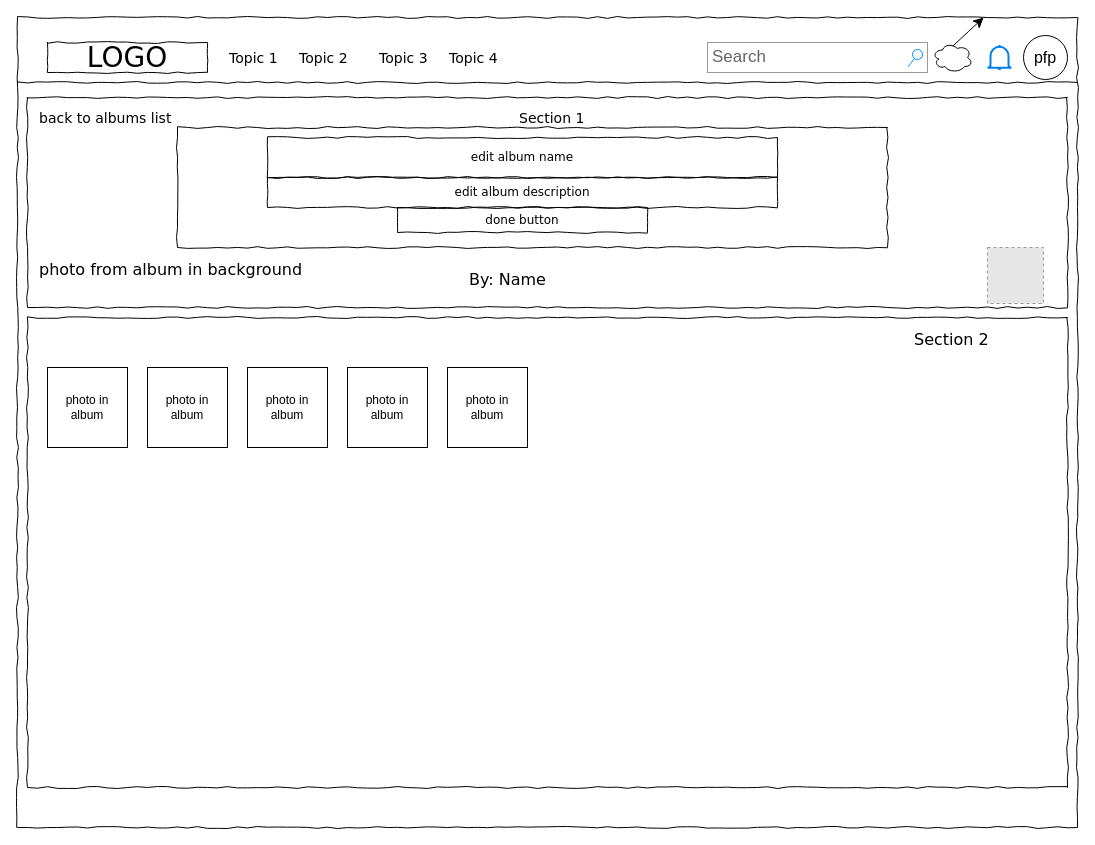
malcolmc22/Pickr-Project keeps this draw.io diagram as Copy of Untitled Diagram.drawio. Above is the earlier version. Source tidied: cells renumbered, new cells numbered last; positions are measured from the earlier drawing's top-left corner, leaving out a move shared by most shapes. Both pictures are drawn from the tidied source at 100%, with x=0, y=0 at pixel (17, 17). Pictures stored in the file or linked from it are replaced by grey dashed boxes.
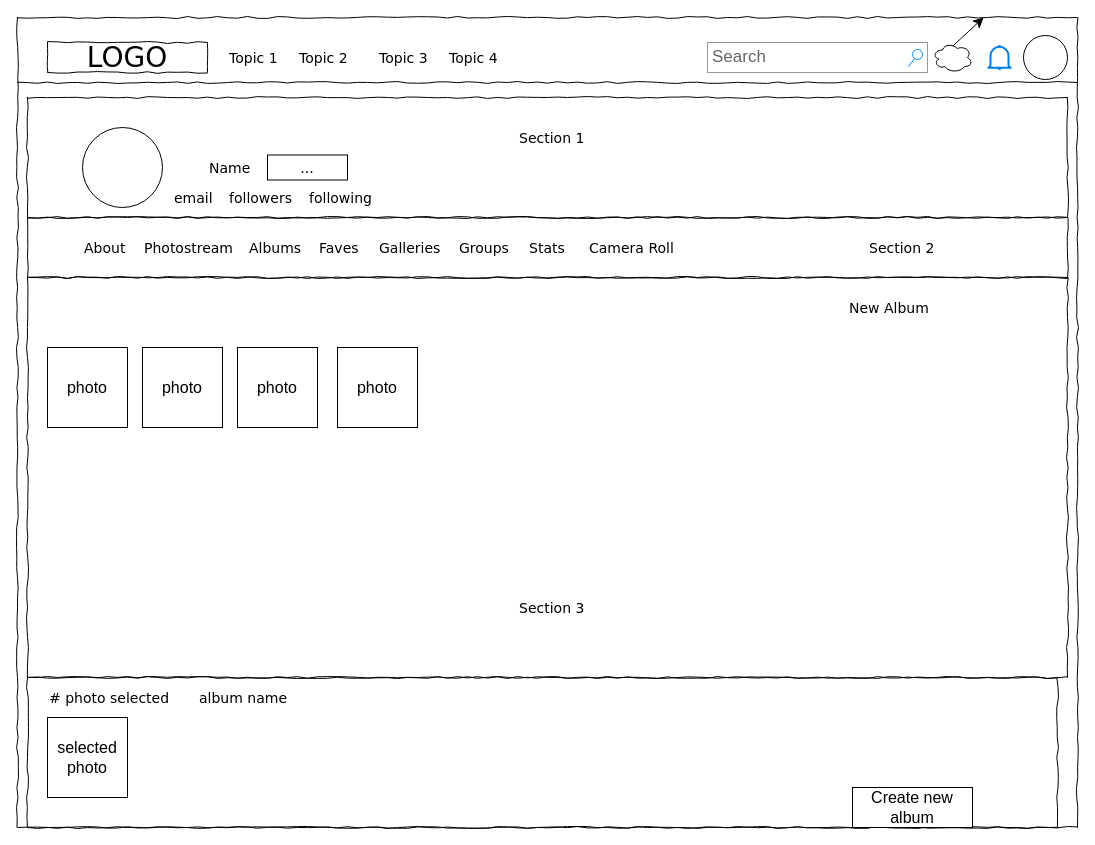
The same diagram, later.

Diff of the diagram source:
```diff
@@
     <mxCell id="10" style="whiteSpace=wrap;html=1;rounded=0;shadow=0;labelBackgroundColor=none;strokeWidth=1;fillColor=none;fontFamily=Verdana;fontSize=12;align=center;comic=1;" parent="1" vertex="1">
-      <mxGeometry x="10" y="80" width="1040" height="210" as="geometry" />
+      <mxGeometry x="10" y="80" width="1040" height="120" as="geometry" />
     </mxCell>
     <mxCell id="11" value="Section 1" style="text;html=1;align=left;verticalAlign=top;spacingTop=-4;fontSize=14;fontFamily=Verdana;" parent="1" vertex="1">
-      <mxGeometry x="500" y="90" width="60" height="20" as="geometry" />
+      <mxGeometry x="500" y="110" width="60" height="20" as="geometry" />
     </mxCell>
     <mxCell id="12" style="whiteSpace=wrap;html=1;rounded=0;shadow=0;labelBackgroundColor=none;strokeWidth=1;fillColor=none;fontFamily=Verdana;fontSize=12;align=center;comic=1;" parent="1" vertex="1">
-      <mxGeometry x="10" y="300" width="1040" height="470" as="geometry" />
+      <mxGeometry x="10" y="200" width="1040" height="60" as="geometry" />
     </mxCell>
+    <mxCell id="31" style="whiteSpace=wrap;html=1;rounded=0;shadow=0;labelBackgroundColor=none;strokeWidth=1;fillColor=none;fontFamily=Verdana;fontSize=12;align=center;comic=1;" parent="1" vertex="1">
+      <mxGeometry x="10" y="260" width="1040" height="400" as="geometry" />
+    </mxCell>
@@
-    <mxCell id="16" value="pfp" style="ellipse;whiteSpace=wrap;html=1;fontSize=16;" parent="1" vertex="1">
+    <mxCell id="16" style="ellipse;whiteSpace=wrap;html=1;fontSize=16;" parent="1" vertex="1">
       <mxGeometry x="1006" y="18" width="44" height="44" as="geometry" />
     </mxCell>
+    <mxCell id="32" value="Name&lt;br&gt;" style="text;html=1;align=left;verticalAlign=top;spacingTop=-4;fontSize=14;fontFamily=Verdana;" parent="1" vertex="1">
+      <mxGeometry x="190" y="140" width="110" height="20" as="geometry" />
+    </mxCell>
+    <mxCell id="33" value="email&lt;br&gt;" style="text;html=1;align=left;verticalAlign=top;spacingTop=-4;fontSize=14;fontFamily=Verdana;" parent="1" vertex="1">
+      <mxGeometry x="155" y="170" width="60" height="20" as="geometry" />
+    </mxCell>
-    <mxCell id="17" value="back to albums list" style="text;html=1;align=left;verticalAlign=top;spacingTop=-4;fontSize=14;fontFamily=Verdana;" parent="1" vertex="1">
-      <mxGeometry x="20" y="90" width="60" height="60" as="geometry" />
+    <mxCell id="17" value="following&lt;br&gt;" style="text;html=1;align=left;verticalAlign=top;spacingTop=-4;fontSize=14;fontFamily=Verdana;" parent="1" vertex="1">
+      <mxGeometry x="290" y="170" width="60" height="20" as="geometry" />
     </mxCell>
-    <mxCell id="18" value="photo from album in background" style="text;html=1;align=left;verticalAlign=top;spacingTop=-4;fontSize=16;fontFamily=Verdana;" parent="1" vertex="1">
-      <mxGeometry x="20" y="240" width="60" height="20" as="geometry" />
-    </mxCell>
-    <mxCell id="19" style="whiteSpace=wrap;html=1;rounded=0;shadow=0;labelBackgroundColor=none;strokeWidth=1;fillColor=none;fontFamily=Verdana;fontSize=12;align=center;comic=1;" parent="1" vertex="1">
-      <mxGeometry x="160" y="110" width="710" height="120" as="geometry" />
-    </mxCell>
-    <mxCell id="20" value="edit album name" style="whiteSpace=wrap;html=1;rounded=0;shadow=0;labelBackgroundColor=none;strokeWidth=1;fillColor=none;fontFamily=Verdana;fontSize=12;align=center;comic=1;" parent="1" vertex="1">
-      <mxGeometry x="250" y="120" width="510" height="40" as="geometry" />
-    </mxCell>
-    <mxCell id="21" value="edit album description" style="whiteSpace=wrap;html=1;rounded=0;shadow=0;labelBackgroundColor=none;strokeWidth=1;fillColor=none;fontFamily=Verdana;fontSize=12;align=center;comic=1;" parent="1" vertex="1">
-      <mxGeometry x="250" y="160" width="510" height="30" as="geometry" />
-    </mxCell>
-    <mxCell id="22" value="done button" style="whiteSpace=wrap;html=1;rounded=0;shadow=0;labelBackgroundColor=none;strokeWidth=1;fillColor=none;fontFamily=Verdana;fontSize=12;align=center;comic=1;" parent="1" vertex="1">
-      <mxGeometry x="380" y="190" width="250" height="25" as="geometry" />
-    </mxCell>
-    <mxCell id="23" value="By: Name&lt;br&gt;" style="text;html=1;align=left;verticalAlign=top;spacingTop=-4;fontSize=16;fontFamily=Verdana;" parent="1" vertex="1">
-      <mxGeometry x="450" y="250" width="60" height="20" as="geometry" />
-    </mxCell>
+    <mxCell id="34" value="followers" style="text;html=1;align=left;verticalAlign=top;spacingTop=-4;fontSize=14;fontFamily=Verdana;" parent="1" vertex="1">
+      <mxGeometry x="210" y="170" width="60" height="20" as="geometry" />
+    </mxCell>
+    <mxCell id="35" style="ellipse;whiteSpace=wrap;html=1;fontSize=16;" parent="1" vertex="1">
+      <mxGeometry x="65" y="110" width="80" height="80" as="geometry" />
+    </mxCell>
+    <mxCell id="36" value="..." style="rounded=0;whiteSpace=wrap;html=1;fontSize=16;" parent="1" vertex="1">
+      <mxGeometry x="250" y="137.5" width="80" height="25" as="geometry" />
+    </mxCell>
-    <mxCell id="24" value="Section 2" style="text;html=1;align=left;verticalAlign=top;spacingTop=-4;fontSize=16;fontFamily=Verdana;" parent="1" vertex="1">
-      <mxGeometry x="895" y="310" width="60" height="20" as="geometry" />
+    <mxCell id="24" value="Section 2" style="text;html=1;align=left;verticalAlign=top;spacingTop=-4;fontSize=14;fontFamily=Verdana;" parent="1" vertex="1">
+      <mxGeometry x="850" y="220" width="60" height="20" as="geometry" />
     </mxCell>
-    <mxCell id="25" value="photo in album" style="whiteSpace=wrap;html=1;" parent="1" vertex="1">
-      <mxGeometry x="30" y="350" width="80" height="80" as="geometry" />
-    </mxCell>
-    <mxCell id="26" value="photo in album" style="whiteSpace=wrap;html=1;" parent="1" vertex="1">
-      <mxGeometry x="130" y="350" width="80" height="80" as="geometry" />
-    </mxCell>
-    <mxCell id="27" value="photo in album" style="whiteSpace=wrap;html=1;" parent="1" vertex="1">
-      <mxGeometry x="230" y="350" width="80" height="80" as="geometry" />
-    </mxCell>
-    <mxCell id="28" value="photo in album" style="whiteSpace=wrap;html=1;" parent="1" vertex="1">
-      <mxGeometry x="330" y="350" width="80" height="80" as="geometry" />
-    </mxCell>
-    <mxCell id="29" value="photo in album" style="whiteSpace=wrap;html=1;" parent="1" vertex="1">
-      <mxGeometry x="430" y="350" width="80" height="80" as="geometry" />
-    </mxCell>
-    <mxCell id="30" style="fillColor=#E6E6E6;strokeColor=#999999;dashed=1;html=1;verticalAlign=top;verticalLabelPosition=bottom;labelBackgroundColor=#ffffff;" parent="1" vertex="1">
-      <mxGeometry x="970" y="230" width="56" height="56" as="geometry" />
-    </mxCell>
+    <mxCell id="37" value="Stats" style="text;html=1;align=left;verticalAlign=top;spacingTop=-4;fontSize=14;fontFamily=Verdana;" parent="1" vertex="1">
+      <mxGeometry x="510" y="220" width="60" height="20" as="geometry" />
+    </mxCell>
+    <mxCell id="38" value="Groups" style="text;html=1;align=left;verticalAlign=top;spacingTop=-4;fontSize=14;fontFamily=Verdana;" parent="1" vertex="1">
+      <mxGeometry x="440" y="220" width="60" height="20" as="geometry" />
+    </mxCell>
+    <mxCell id="39" value="Galleries" style="text;html=1;align=left;verticalAlign=top;spacingTop=-4;fontSize=14;fontFamily=Verdana;" parent="1" vertex="1">
+      <mxGeometry x="360" y="220" width="60" height="20" as="geometry" />
+    </mxCell>
+    <mxCell id="40" value="Faves" style="text;html=1;align=left;verticalAlign=top;spacingTop=-4;fontSize=14;fontFamily=Verdana;" parent="1" vertex="1">
+      <mxGeometry x="300" y="220" width="60" height="20" as="geometry" />
+    </mxCell>
+    <mxCell id="41" value="Albums" style="text;html=1;align=left;verticalAlign=top;spacingTop=-4;fontSize=14;fontFamily=Verdana;" parent="1" vertex="1">
+      <mxGeometry x="230" y="220" width="60" height="20" as="geometry" />
+    </mxCell>
+    <mxCell id="42" value="Photostream" style="text;html=1;align=left;verticalAlign=top;spacingTop=-4;fontSize=14;fontFamily=Verdana;" parent="1" vertex="1">
+      <mxGeometry x="125" y="220" width="60" height="20" as="geometry" />
+    </mxCell>
+    <mxCell id="43" value="About" style="text;html=1;align=left;verticalAlign=top;spacingTop=-4;fontSize=14;fontFamily=Verdana;" parent="1" vertex="1">
+      <mxGeometry x="65" y="220" width="60" height="20" as="geometry" />
+    </mxCell>
+    <mxCell id="44" value="Camera Roll&lt;br&gt;" style="text;html=1;align=left;verticalAlign=top;spacingTop=-4;fontSize=14;fontFamily=Verdana;" parent="1" vertex="1">
+      <mxGeometry x="570" y="220" width="60" height="20" as="geometry" />
+    </mxCell>
+    <mxCell id="45" value="Section 3" style="text;html=1;align=left;verticalAlign=top;spacingTop=-4;fontSize=14;fontFamily=Verdana;" parent="1" vertex="1">
+      <mxGeometry x="500" y="580" width="60" height="20" as="geometry" />
+    </mxCell>
+    <mxCell id="46" value="photo" style="whiteSpace=wrap;html=1;fontSize=16;" parent="1" vertex="1">
+      <mxGeometry x="30" y="330" width="80" height="80" as="geometry" />
+    </mxCell>
+    <mxCell id="47" value="photo" style="whiteSpace=wrap;html=1;fontSize=16;" parent="1" vertex="1">
+      <mxGeometry x="125" y="330" width="80" height="80" as="geometry" />
+    </mxCell>
+    <mxCell id="48" value="photo" style="whiteSpace=wrap;html=1;fontSize=16;" parent="1" vertex="1">
+      <mxGeometry x="220" y="330" width="80" height="80" as="geometry" />
+    </mxCell>
+    <mxCell id="49" value="photo" style="whiteSpace=wrap;html=1;fontSize=16;" parent="1" vertex="1">
+      <mxGeometry x="320" y="330" width="80" height="80" as="geometry" />
+    </mxCell>
+    <mxCell id="50" value="New Album&lt;br&gt;" style="text;html=1;align=left;verticalAlign=top;spacingTop=-4;fontSize=14;fontFamily=Verdana;" parent="1" vertex="1">
+      <mxGeometry x="830" y="280" width="60" height="20" as="geometry" />
+    </mxCell>
+    <mxCell id="51" style="whiteSpace=wrap;html=1;rounded=0;shadow=0;labelBackgroundColor=none;strokeWidth=1;fillColor=none;fontFamily=Verdana;fontSize=12;align=center;comic=1;" parent="1" vertex="1">
+      <mxGeometry x="10" y="660" width="1030" height="150" as="geometry" />
+    </mxCell>
+    <mxCell id="52" value="# photo selected" style="text;html=1;align=left;verticalAlign=top;spacingTop=-4;fontSize=14;fontFamily=Verdana;" parent="1" vertex="1">
+      <mxGeometry x="30" y="670" width="60" height="20" as="geometry" />
+    </mxCell>
+    <mxCell id="53" value="selected photo" style="whiteSpace=wrap;html=1;fontSize=16;" parent="1" vertex="1">
+      <mxGeometry x="30" y="700" width="80" height="80" as="geometry" />
+    </mxCell>
+    <mxCell id="54" value="Create new album" style="rounded=0;whiteSpace=wrap;html=1;fontSize=16;" parent="1" vertex="1">
+      <mxGeometry x="835" y="770" width="120" height="40" as="geometry" />
+    </mxCell>
+    <mxCell id="55" value="album name&lt;br&gt;" style="text;html=1;align=left;verticalAlign=top;spacingTop=-4;fontSize=14;fontFamily=Verdana;" parent="1" vertex="1">
+      <mxGeometry x="180" y="670" width="60" height="20" as="geometry" />
+    </mxCell>
```
